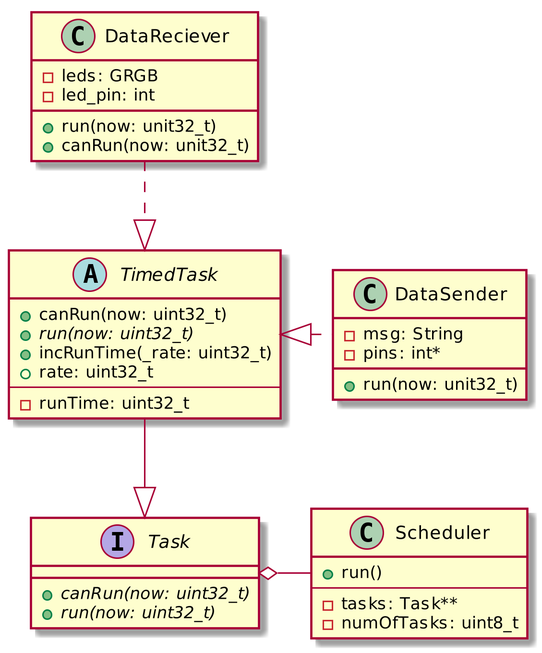
The PlantUML diagram uml/out/arduino/arduino.png in Anders-Clement/B208, before a commit. The source it was exported from:
```plantuml
@startuml
skinparam dpi 300
interface Task {
    + {abstract} canRun(now: uint32_t)
    + {abstract} run(now: uint32_t)
}

abstract TimedTask {
    + canRun(now: uint32_t)
    + {abstract} run(now: uint32_t)
    + incRunTime(_rate: uint32_t)
    + rate: uint32_t
    --
    - runTime: uint32_t
}

class Scheduler {
    + run()
    --
    - tasks: Task**
    - numOfTasks: uint8_t
}

class DataSender {
    - msg: String
    - pins: int*
    + run(now: unit32_t)
}

class DataReciever {
    - leds: GRGB
    - led_pin: int
    + run(now: unit32_t)
    + canRun(now: unit32_t)
}

TimedTask --|> Task
Scheduler -right-o Task

DataReciever .down.|> TimedTask
DataSender .left.|> TimedTask
@enduml
```
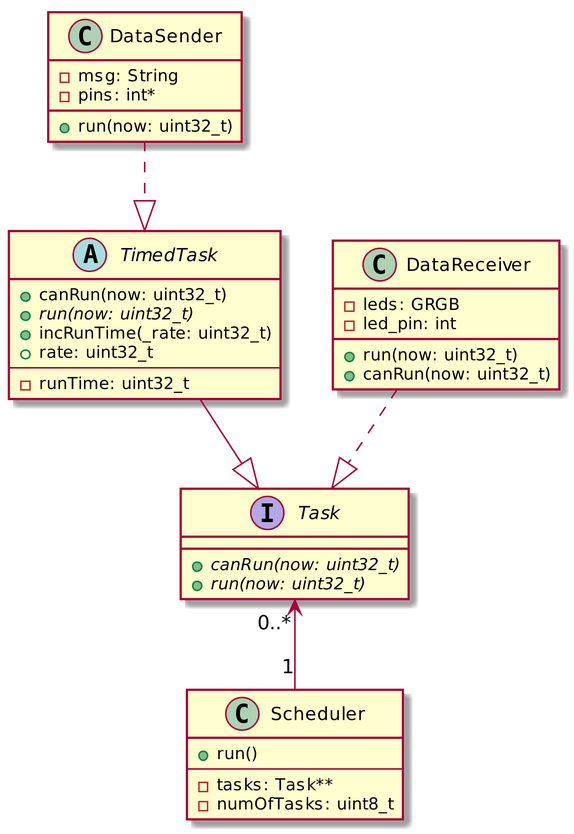
After the commit.

The edit, as a diff of the source:
```diff
@@ -24,19 +24,19 @@
 class DataSender {
     - msg: String
     - pins: int*
-    + run(now: unit32_t)
+    + run(now: uint32_t)
 }
 
-class DataReciever {
+class DataReceiver {
     - leds: GRGB
     - led_pin: int
-    + run(now: unit32_t)
-    + canRun(now: unit32_t)
+    + run(now: uint32_t)
+    + canRun(now: uint32_t)
 }
 
 TimedTask --|> Task
-Scheduler -right-o Task
+Scheduler "1" -up-> "0..*" Task
 
-DataReciever .down.|> TimedTask
-DataSender .left.|> TimedTask
+DataReceiver .down.|> Task
+DataSender .down.|> TimedTask
 @enduml
```
